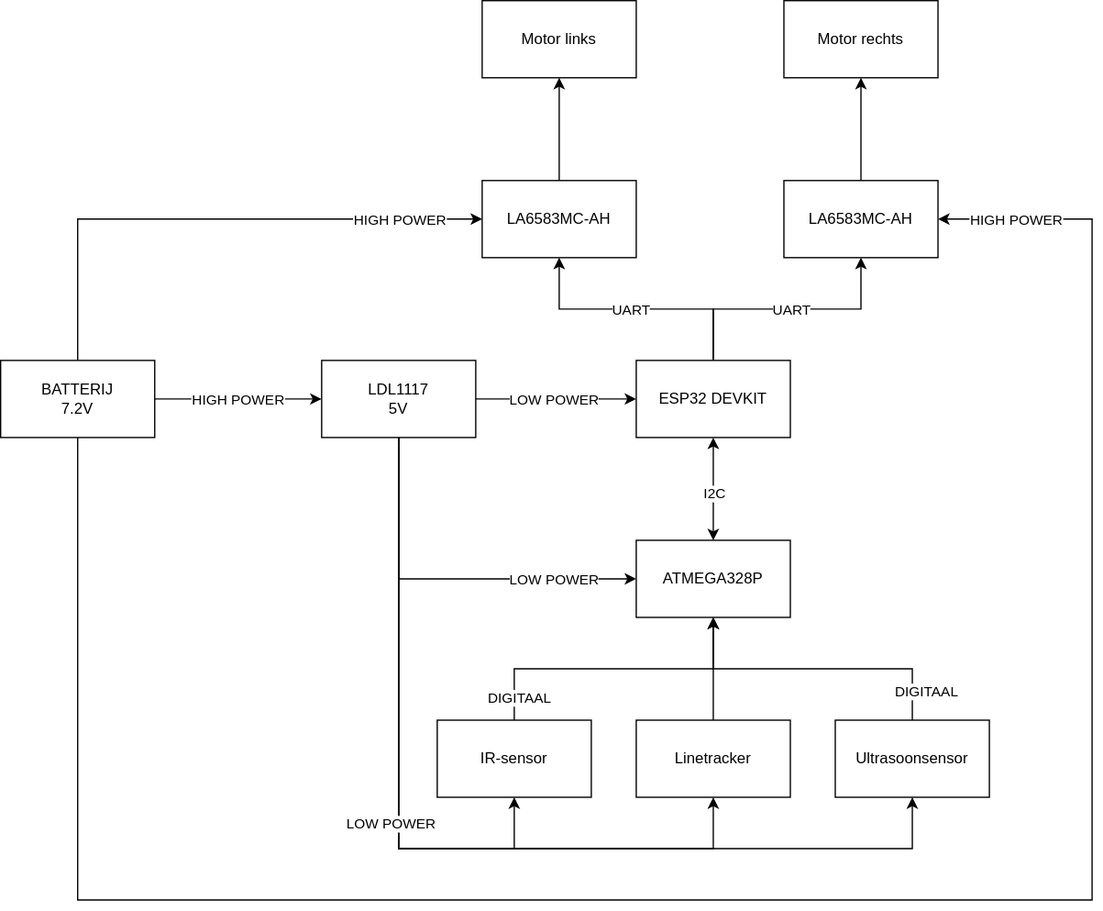
Before: Documentatie/Blokdiagram.svg, a diagram exported from draw.io (Sten-AP/Smart-Systems). Source tidied: cells renumbered, new cells last; positions are measured from the earlier drawing's top-left corner, leaving out a move shared by most shapes.
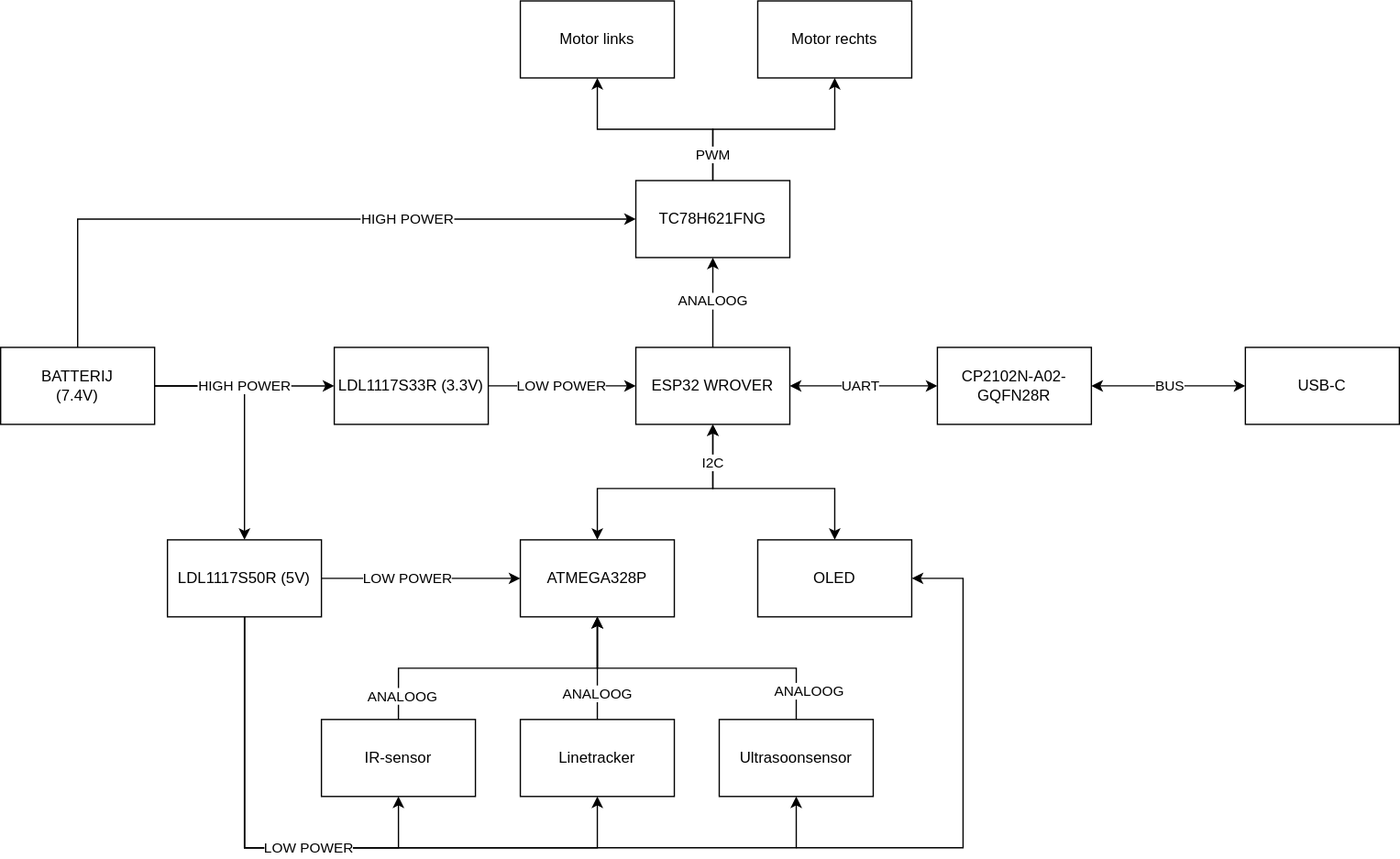
After the change.

What changed in the source:
```diff
@@ -5,55 +5,47 @@
     <mxCell id="2" style="edgeStyle=orthogonalEdgeStyle;rounded=0;jettySize=auto;html=1;entryX=0.5;entryY=1;entryDx=0;entryDy=0;" parent="1" edge="1" source="6" target="30">
       <mxGeometry relative="1" as="geometry" />
     </mxCell>
-    <mxCell id="3" value="UART" style="edgeLabel;html=1;align=center;verticalAlign=middle;" parent="2" vertex="1">
+    <mxCell id="3" value="ANALOOG" style="edgeLabel;html=1;align=center;verticalAlign=middle;" parent="2" vertex="1">
       <mxGeometry x="-0.29" y="4" relative="1" as="geometry">
-        <mxPoint x="-34" y="-4" as="offset" />
+        <mxPoint x="4" y="-11.7" as="offset" />
       </mxGeometry>
     </mxCell>
-    <mxCell id="4" style="edgeStyle=orthogonalEdgeStyle;rounded=0;jettySize=auto;html=1;entryX=0.5;entryY=1;entryDx=0;entryDy=0;" parent="1" edge="1" source="6" target="32">
-      <mxGeometry relative="1" as="geometry" />
-    </mxCell>
-    <mxCell id="5" value="UART" style="edgeLabel;html=1;align=center;verticalAlign=middle;" parent="4" vertex="1">
-      <mxGeometry x="-0.39" relative="1" as="geometry">
-        <mxPoint x="40" as="offset" />
-      </mxGeometry>
-    </mxCell>
-    <mxCell id="6" value="ESP32 DEVKIT" style="rounded=0;whiteSpace=wrap;html=1;" parent="1" vertex="1">
-      <mxGeometry x="495" y="280" width="120" height="60" as="geometry" />
+    <mxCell id="6" value="ESP32 WROVER" style="rounded=0;whiteSpace=wrap;html=1;" parent="1" vertex="1">
+      <mxGeometry x="495" y="270" width="120" height="60" as="geometry" />
     </mxCell>
     <mxCell id="7" style="edgeStyle=orthogonalEdgeStyle;rounded=0;jettySize=auto;html=1;entryX=0.5;entryY=1;entryDx=0;entryDy=0;" parent="1" edge="1" source="11" target="33">
       <mxGeometry relative="1" as="geometry">
         <Array as="points">
+          <mxPoint x="190" y="660" />
           <mxPoint x="310" y="660" />
-          <mxPoint x="400" y="660" />
         </Array>
       </mxGeometry>
     </mxCell>
     <mxCell id="8" style="edgeStyle=orthogonalEdgeStyle;rounded=0;jettySize=auto;html=1;entryX=0.5;entryY=1;entryDx=0;entryDy=0;" parent="1" edge="1" source="11" target="36">
       <mxGeometry relative="1" as="geometry">
         <Array as="points">
-          <mxPoint x="310" y="660" />
-          <mxPoint x="555" y="660" />
+          <mxPoint x="190" y="660" />
+          <mxPoint x="465" y="660" />
         </Array>
       </mxGeometry>
     </mxCell>
     <mxCell id="9" style="edgeStyle=orthogonalEdgeStyle;rounded=0;jettySize=auto;html=1;entryX=0.5;entryY=1;entryDx=0;entryDy=0;" parent="1" edge="1" source="11" target="34">
       <mxGeometry relative="1" as="geometry">
         <Array as="points">
-          <mxPoint x="310" y="660" />
-          <mxPoint x="710" y="660" />
+          <mxPoint x="190" y="660" />
+          <mxPoint x="620" y="660" />
         </Array>
       </mxGeometry>
     </mxCell>
     <mxCell id="10" value="LOW POWER" style="edgeLabel;html=1;align=center;verticalAlign=middle;" parent="9" vertex="1">
       <mxGeometry x="0.32" y="1" relative="1" as="geometry">
-        <mxPoint x="-187" y="-19" as="offset" />
+        <mxPoint x="-197.5" y="1" as="offset" />
       </mxGeometry>
     </mxCell>
-    <mxCell id="11" value="LDL1117&lt;br&gt;5V" style="rounded=0;whiteSpace=wrap;html=1;" parent="1" vertex="1">
-      <mxGeometry x="250" y="280" width="120" height="60" as="geometry" />
+    <mxCell id="11" value="LDL1117S50R (5V)" style="rounded=0;whiteSpace=wrap;html=1;" parent="1" vertex="1">
+      <mxGeometry x="130" y="420" width="120" height="60" as="geometry" />
     </mxCell>
-    <mxCell id="12" style="endArrow=classic;html=1;" parent="1" edge="1" source="11" target="6">
+    <mxCell id="12" style="endArrow=classic;html=1;exitX=1;exitY=0.5;exitDx=0;exitDy=0;" parent="1" edge="1" source="45" target="6">
       <mxGeometry relative="1" as="geometry" />
     </mxCell>
     <mxCell id="13" value="LOW POWER" style="edgeLabel;html=1;align=center;verticalAlign=middle;" parent="12" vertex="1">
@@ -64,12 +56,12 @@
     <mxCell id="14" style="edgeStyle=orthogonalEdgeStyle;rounded=0;jettySize=auto;html=1;exitX=0.5;exitY=0;exitDx=0;exitDy=0;" parent="1" edge="1" source="34" target="18">
       <mxGeometry relative="1" as="geometry">
         <Array as="points">
-          <mxPoint x="710" y="520" />
-          <mxPoint x="555" y="520" />
+          <mxPoint x="620" y="520" />
+          <mxPoint x="465" y="520" />
         </Array>
       </mxGeometry>
     </mxCell>
-    <mxCell id="15" value="DIGITAAL" style="edgeLabel;html=1;align=center;verticalAlign=middle;" parent="14" vertex="1">
+    <mxCell id="15" value="ANALOOG" style="edgeLabel;html=1;align=center;verticalAlign=middle;" parent="14" vertex="1">
       <mxGeometry x="0.75" y="-4" relative="1" as="geometry">
         <mxPoint x="161" y="28" as="offset" />
       </mxGeometry>
@@ -77,53 +69,39 @@
     <mxCell id="16" style="edgeStyle=orthogonalEdgeStyle;rounded=0;jettySize=auto;html=1;exitX=0.5;exitY=0;exitDx=0;exitDy=0;" parent="1" edge="1" source="33" target="18">
       <mxGeometry relative="1" as="geometry">
         <Array as="points">
-          <mxPoint x="400" y="520" />
-          <mxPoint x="555" y="520" />
+          <mxPoint x="310" y="520" />
+          <mxPoint x="465" y="520" />
         </Array>
       </mxGeometry>
     </mxCell>
-    <mxCell id="17" value="DIGITAAL" style="edgeLabel;html=1;align=center;verticalAlign=middle;" parent="16" vertex="1">
+    <mxCell id="17" value="ANALOOG" style="edgeLabel;html=1;align=center;verticalAlign=middle;" parent="16" vertex="1">
       <mxGeometry x="0.36" y="-1" relative="1" as="geometry">
         <mxPoint x="-117" y="21" as="offset" />
       </mxGeometry>
     </mxCell>
     <mxCell id="18" value="ATMEGA328P" style="rounded=0;whiteSpace=wrap;html=1;" parent="1" vertex="1">
-      <mxGeometry x="495" y="420" width="120" height="60" as="geometry" />
+      <mxGeometry x="405" y="420" width="120" height="60" as="geometry" />
     </mxCell>
     <mxCell id="19" style="endArrow=classic;html=1;edgeStyle=orthogonalEdgeStyle;arcSize=0;" parent="1" edge="1" source="11" target="18">
       <mxGeometry relative="1" as="geometry">
         <Array as="points">
-          <mxPoint x="310" y="450" />
+          <mxPoint x="280" y="450" />
         </Array>
       </mxGeometry>
     </mxCell>
     <mxCell id="20" value="LOW POWER" style="edgeLabel;html=1;align=center;verticalAlign=middle;" parent="19" vertex="1">
       <mxGeometry x="0.09" y="1" relative="1" as="geometry">
-        <mxPoint x="69" y="1" as="offset" />
+        <mxPoint x="-18" y="1" as="offset" />
       </mxGeometry>
     </mxCell>
-    <mxCell id="21" style="endArrow=classic;startArrow=classic;html=1;" parent="1" edge="1" source="18" target="6">
-      <mxGeometry relative="1" as="geometry" />
+    <mxCell id="21" style="endArrow=classic;startArrow=classic;html=1;exitX=0.5;exitY=0;exitDx=0;exitDy=0;rounded=0;" parent="1" edge="1" source="18" target="6">
+      <mxGeometry relative="1" as="geometry">
+        <Array as="points">
+          <mxPoint x="465" y="380" />
+          <mxPoint x="555" y="380" />
+        </Array>
+      </mxGeometry>
     </mxCell>
-    <mxCell id="22" value="I2C" style="edgeLabel;html=1;align=center;verticalAlign=middle;" parent="21" vertex="1">
-      <mxGeometry x="0.48" y="2" relative="1" as="geometry">
-        <mxPoint x="2" y="22" as="offset" />
-      </mxGeometry>
-    </mxCell>
-    <mxCell id="23" style="edgeStyle=orthogonalEdgeStyle;rounded=0;jettySize=auto;html=1;entryX=1;entryY=0.5;entryDx=0;entryDy=0;exitX=0.5;exitY=1;exitDx=0;exitDy=0;" parent="1" edge="1" source="29" target="32">
-      <mxGeometry relative="1" as="geometry">
-        <Array as="points">
-          <mxPoint x="60" y="700" />
-          <mxPoint x="850" y="700" />
-          <mxPoint x="850" y="170" />
-        </Array>
-      </mxGeometry>
-    </mxCell>
-    <mxCell id="24" value="HIGH POWER" style="edgeLabel;html=1;align=center;verticalAlign=middle;" parent="23" vertex="1">
-      <mxGeometry x="0.84" y="3" relative="1" as="geometry">
-        <mxPoint x="-57" y="-25" as="offset" />
-      </mxGeometry>
-    </mxCell>
     <mxCell id="25" style="edgeStyle=orthogonalEdgeStyle;rounded=0;jettySize=auto;html=1;entryX=0;entryY=0.5;entryDx=0;entryDy=0;" parent="1" edge="1" source="29" target="30">
       <mxGeometry relative="1" as="geometry">
         <Array as="points">
@@ -133,49 +111,120 @@
     </mxCell>
     <mxCell id="26" value="HIGH POWER" style="edgeLabel;html=1;align=center;verticalAlign=middle;" parent="25" vertex="1">
       <mxGeometry x="0.4" y="3" relative="1" as="geometry">
-        <mxPoint x="62" y="3" as="offset" />
+        <mxPoint x="-18" y="3" as="offset" />
       </mxGeometry>
     </mxCell>
     <mxCell id="27" style="edgeStyle=orthogonalEdgeStyle;rounded=0;jettySize=auto;html=1;" parent="1" edge="1" source="29" target="11">
       <mxGeometry relative="1" as="geometry" />
     </mxCell>
-    <mxCell id="28" value="HIGH POWER" style="edgeLabel;html=1;align=center;verticalAlign=middle;" parent="27" vertex="1">
-      <mxGeometry x="-0.22" y="1" relative="1" as="geometry">
-        <mxPoint x="13" y="1" as="offset" />
-      </mxGeometry>
-    </mxCell>
+    <mxCell id="40" style="edgeStyle=orthogonalEdgeStyle;rounded=0;jettySize=auto;html=1;" parent="1" edge="1" source="29" target="45">
+      <mxGeometry relative="1" as="geometry">
+        <Array as="points">
+          <mxPoint x="210" y="300" />
+          <mxPoint x="210" y="300" />
+        </Array>
+      </mxGeometry>
+    </mxCell>
+    <mxCell id="41" value="HIGH POWER" style="edgeLabel;html=1;align=center;verticalAlign=middle;" parent="40" vertex="1">
+      <mxGeometry x="0.34" y="1" relative="1" as="geometry">
+        <mxPoint x="-23.7" y="1" as="offset" />
+      </mxGeometry>
+    </mxCell>
-    <mxCell id="29" value="BATTERIJ&lt;br&gt;7.2V" style="rounded=0;whiteSpace=wrap;html=1;" parent="1" vertex="1">
-      <mxGeometry y="280" width="120" height="60" as="geometry" />
+    <mxCell id="29" value="BATTERIJ&lt;br&gt;(7.4V)" style="rounded=0;whiteSpace=wrap;html=1;" parent="1" vertex="1">
+      <mxGeometry y="270" width="120" height="60" as="geometry" />
     </mxCell>
+    <mxCell id="42" style="edgeStyle=orthogonalEdgeStyle;rounded=0;jettySize=auto;html=1;entryX=0.5;entryY=1;entryDx=0;entryDy=0;" parent="1" edge="1" source="30" target="38">
+      <mxGeometry relative="1" as="geometry" />
+    </mxCell>
-    <mxCell id="30" value="LA6583MC-AH" style="rounded=0;whiteSpace=wrap;html=1;" parent="1" vertex="1">
-      <mxGeometry x="375" y="140" width="120" height="60" as="geometry" />
+    <mxCell id="30" value="TC78H621FNG" style="rounded=0;whiteSpace=wrap;html=1;" parent="1" vertex="1">
+      <mxGeometry x="495" y="140" width="120" height="60" as="geometry" />
     </mxCell>
-    <mxCell id="31" style="edgeStyle=orthogonalEdgeStyle;rounded=0;jettySize=auto;html=1;" parent="1" edge="1" source="32" target="38">
-      <mxGeometry relative="1" as="geometry" />
-    </mxCell>
-    <mxCell id="32" value="LA6583MC-AH" style="rounded=0;whiteSpace=wrap;html=1;" parent="1" vertex="1">
-      <mxGeometry x="610" y="140" width="120" height="60" as="geometry" />
-    </mxCell>
     <mxCell id="33" value="IR-sensor" style="rounded=0;whiteSpace=wrap;html=1;" parent="1" vertex="1">
-      <mxGeometry x="340" y="560" width="120" height="60" as="geometry" />
+      <mxGeometry x="250" y="560" width="120" height="60" as="geometry" />
     </mxCell>
     <mxCell id="34" value="Ultrasoonsensor" style="rounded=0;whiteSpace=wrap;html=1;" parent="1" vertex="1">
-      <mxGeometry x="650" y="560" width="120" height="60" as="geometry" />
+      <mxGeometry x="560" y="560" width="120" height="60" as="geometry" />
     </mxCell>
     <mxCell id="35" style="edgeStyle=orthogonalEdgeStyle;rounded=0;jettySize=auto;html=1;entryX=0.5;entryY=1;entryDx=0;entryDy=0;" parent="1" edge="1" source="36" target="18">
       <mxGeometry relative="1" as="geometry" />
     </mxCell>
+    <mxCell id="43" value="ANALOOG" style="edgeLabel;html=1;align=center;verticalAlign=middle;" parent="35" vertex="1">
+      <mxGeometry x="-0.15" y="-2" relative="1" as="geometry">
+        <mxPoint x="-2" y="14.3" as="offset" />
+      </mxGeometry>
+    </mxCell>
     <mxCell id="36" value="Linetracker" style="rounded=0;whiteSpace=wrap;html=1;" parent="1" vertex="1">
-      <mxGeometry x="495" y="560" width="120" height="60" as="geometry" />
+      <mxGeometry x="405" y="560" width="120" height="60" as="geometry" />
     </mxCell>
     <mxCell id="37" value="Motor links" style="rounded=0;whiteSpace=wrap;html=1;" parent="1" vertex="1">
-      <mxGeometry x="375" width="120" height="60" as="geometry" />
+      <mxGeometry x="405" width="120" height="60" as="geometry" />
     </mxCell>
     <mxCell id="38" value="Motor rechts" style="rounded=0;whiteSpace=wrap;html=1;" parent="1" vertex="1">
-      <mxGeometry x="610" width="120" height="60" as="geometry" />
+      <mxGeometry x="590" width="120" height="60" as="geometry" />
     </mxCell>
-    <mxCell id="39" style="endArrow=classic;html=1;" parent="1" edge="1" source="30" target="37">
-      <mxGeometry relative="1" as="geometry" />
+    <mxCell id="39" style="endArrow=classic;html=1;exitX=0.5;exitY=0;exitDx=0;exitDy=0;edgeStyle=orthogonalEdgeStyle;rounded=0;entryX=0.5;entryY=1;entryDx=0;entryDy=0;" parent="1" edge="1" source="30" target="37">
+      <mxGeometry relative="1" as="geometry">
+        <Array as="points">
+          <mxPoint x="555" y="100" />
+          <mxPoint x="465" y="100" />
+        </Array>
+      </mxGeometry>
     </mxCell>
+    <mxCell id="44" value="PWM" style="edgeLabel;html=1;align=center;verticalAlign=middle;" parent="39" vertex="1">
+      <mxGeometry x="-0.26" relative="1" as="geometry">
+        <mxPoint x="23.3" y="20" as="offset" />
+      </mxGeometry>
+    </mxCell>
+    <mxCell id="45" value="LDL1117S33R (3.3V)" style="rounded=0;whiteSpace=wrap;html=1;" parent="1" vertex="1">
+      <mxGeometry x="260" y="270" width="120" height="60" as="geometry" />
+    </mxCell>
+    <mxCell id="46" value="OLED" style="rounded=0;whiteSpace=wrap;html=1;" parent="1" vertex="1">
+      <mxGeometry x="590" y="420" width="120" height="60" as="geometry" />
+    </mxCell>
+    <mxCell id="47" style="endArrow=classic;startArrow=classic;html=1;entryX=0.5;entryY=0;entryDx=0;entryDy=0;exitX=0.5;exitY=1;exitDx=0;exitDy=0;rounded=0;" parent="1" edge="1" source="6" target="46">
+      <mxGeometry relative="1" as="geometry">
+        <Array as="points">
+          <mxPoint x="555" y="380" />
+          <mxPoint x="650" y="380" />
+        </Array>
+      </mxGeometry>
+    </mxCell>
+    <mxCell id="22" value="I2C" style="edgeLabel;html=1;align=center;verticalAlign=middle;" parent="47" vertex="1">
+      <mxGeometry x="-0.14" y="-3" relative="1" as="geometry">
+        <mxPoint x="-29.6" y="-23" as="offset" />
+      </mxGeometry>
+    </mxCell>
+    <mxCell id="48" style="endArrow=classic;html=1;entryX=1;entryY=0.5;entryDx=0;entryDy=0;rounded=0;" parent="1" edge="1" target="46">
+      <mxGeometry relative="1" as="geometry">
+        <mxPoint x="620" y="660" as="sourcePoint" />
+        <Array as="points">
+          <mxPoint x="740" y="660" />
+          <mxPoint x="750" y="660" />
+          <mxPoint x="750" y="450" />
+        </Array>
+      </mxGeometry>
+    </mxCell>
+    <mxCell id="49" value="CP2102N-A02-GQFN28R" style="rounded=0;whiteSpace=wrap;html=1;" parent="1" vertex="1">
+      <mxGeometry x="730" y="270" width="120" height="60" as="geometry" />
+    </mxCell>
+    <mxCell id="50" value="USB-C" style="rounded=0;whiteSpace=wrap;html=1;" parent="1" vertex="1">
+      <mxGeometry x="970" y="270" width="120" height="60" as="geometry" />
+    </mxCell>
+    <mxCell id="51" style="endArrow=classic;startArrow=classic;html=1;entryX=0;entryY=0.5;entryDx=0;entryDy=0;exitX=1;exitY=0.5;exitDx=0;exitDy=0;" parent="1" edge="1" source="49" target="50">
+      <mxGeometry relative="1" as="geometry" />
+    </mxCell>
+    <mxCell id="52" value="BUS" style="edgeLabel;html=1;align=center;verticalAlign=middle;" parent="51" vertex="1">
+      <mxGeometry x="-0.56" y="3" relative="1" as="geometry">
+        <mxPoint x="33.3" y="3" as="offset" />
+      </mxGeometry>
+    </mxCell>
+    <mxCell id="53" style="endArrow=classic;startArrow=classic;html=1;entryX=0;entryY=0.5;entryDx=0;entryDy=0;exitX=1;exitY=0.5;exitDx=0;exitDy=0;" parent="1" edge="1" source="6" target="49">
+      <mxGeometry relative="1" as="geometry" />
+    </mxCell>
+    <mxCell id="5" value="UART" style="edgeLabel;html=1;align=center;verticalAlign=middle;" parent="53" vertex="1">
+      <mxGeometry x="-0.47" y="-1" relative="1" as="geometry">
+        <mxPoint x="24.7" y="-1" as="offset" />
+      </mxGeometry>
+    </mxCell>
   </root>
 </mxGraphModel>
```
